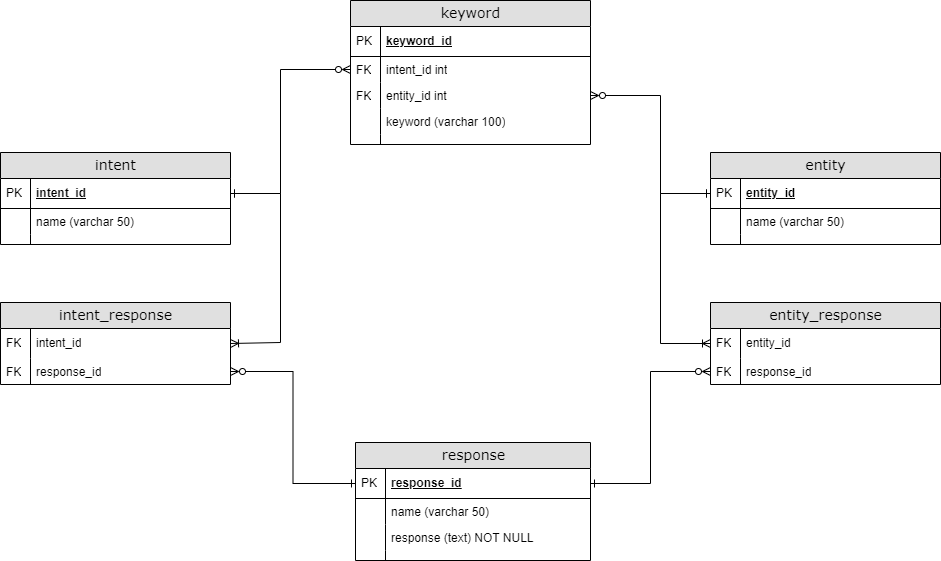
Above: java/database/databaseERD.png in kmeadows3/Chatbot-Capstone (draw.io), before the change. Source tidied: cells renumbered, new cells last; positions are measured from the earlier drawing's top-left corner, leaving out a move shared by most shapes. The source it was exported from:
```xml
<mxGraphModel>
  <root>
    <mxCell id="0" />
    <mxCell id="1" parent="0" />
    <mxCell id="2" value="response" style="swimlane;html=1;fontStyle=0;horizontal=1;startSize=26;fillColor=#e0e0e0;swimlaneFillColor=#ffffff;align=center;rounded=0;shadow=0;comic=0;labelBackgroundColor=none;strokeWidth=1;fontFamily=Verdana;fontSize=14;swimlaneLine=1;" parent="1" vertex="1">
      <mxGeometry x="355" y="442" width="235" height="118" as="geometry" />
    </mxCell>
    <mxCell id="3" value="response_id" style="shape=partialRectangle;top=0;left=0;right=0;bottom=1;html=1;align=left;verticalAlign=middle;fillColor=none;spacingLeft=34;spacingRight=4;whiteSpace=wrap;overflow=hidden;points=[[0,0.5],[1,0.5]];portConstraint=eastwest;fontStyle=5;" parent="2" vertex="1">
      <mxGeometry y="26" width="235" height="30" as="geometry" />
    </mxCell>
    <mxCell id="4" value="PK" style="shape=partialRectangle;top=0;left=0;bottom=0;html=1;fillColor=none;align=left;verticalAlign=middle;spacingLeft=4;spacingRight=4;whiteSpace=wrap;overflow=hidden;" parent="3" vertex="1">
      <mxGeometry width="30" height="30" as="geometry" />
    </mxCell>
    <mxCell id="5" value="name (varchar 50)" style="shape=partialRectangle;top=0;left=0;right=0;bottom=0;html=1;align=left;verticalAlign=top;fillColor=none;spacingLeft=34;spacingRight=4;whiteSpace=wrap;overflow=hidden;" parent="2" vertex="1">
      <mxGeometry y="56" width="235" height="26" as="geometry" />
    </mxCell>
    <mxCell id="6" style="shape=partialRectangle;top=0;left=0;bottom=0;html=1;fillColor=none;align=left;verticalAlign=top;spacingLeft=4;spacingRight=4;whiteSpace=wrap;overflow=hidden;" parent="5" vertex="1">
      <mxGeometry width="30" height="26" as="geometry" />
    </mxCell>
    <mxCell id="7" value="response (text) NOT NULL" style="shape=partialRectangle;top=0;left=0;right=0;bottom=0;html=1;align=left;verticalAlign=top;fillColor=none;spacingLeft=34;spacingRight=4;whiteSpace=wrap;overflow=hidden;" parent="2" vertex="1">
      <mxGeometry y="82" width="235" height="26" as="geometry" />
    </mxCell>
    <mxCell id="8" style="shape=partialRectangle;top=0;left=0;bottom=0;html=1;fillColor=none;align=left;verticalAlign=top;spacingLeft=4;spacingRight=4;whiteSpace=wrap;overflow=hidden;" parent="7" vertex="1">
      <mxGeometry width="30" height="26" as="geometry" />
    </mxCell>
    <mxCell id="9" style="shape=partialRectangle;top=0;left=0;right=0;bottom=0;html=1;align=left;verticalAlign=top;fillColor=none;spacingLeft=34;spacingRight=4;whiteSpace=wrap;overflow=hidden;" parent="2" vertex="1">
      <mxGeometry y="108" width="235" height="10" as="geometry" />
    </mxCell>
    <mxCell id="10" style="shape=partialRectangle;top=0;left=0;bottom=0;html=1;fillColor=none;align=left;verticalAlign=top;spacingLeft=4;spacingRight=4;whiteSpace=wrap;overflow=hidden;" parent="9" vertex="1">
      <mxGeometry width="30" height="10" as="geometry" />
    </mxCell>
    <mxCell id="11" value="entity" style="swimlane;html=1;fontStyle=0;horizontal=1;startSize=26;fillColor=#e0e0e0;swimlaneFillColor=#ffffff;align=center;rounded=0;shadow=0;comic=0;labelBackgroundColor=none;strokeWidth=1;fontFamily=Verdana;fontSize=14;swimlaneLine=1;" parent="1" vertex="1">
      <mxGeometry x="710" y="152" width="230" height="92" as="geometry" />
    </mxCell>
    <mxCell id="12" value="entity_id" style="shape=partialRectangle;top=0;left=0;right=0;bottom=1;html=1;align=left;verticalAlign=middle;fillColor=none;spacingLeft=34;spacingRight=4;whiteSpace=wrap;overflow=hidden;points=[[0,0.5],[1,0.5]];portConstraint=eastwest;fontStyle=5;" parent="11" vertex="1">
      <mxGeometry y="26" width="230" height="30" as="geometry" />
    </mxCell>
    <mxCell id="13" value="PK" style="shape=partialRectangle;top=0;left=0;bottom=0;html=1;fillColor=none;align=left;verticalAlign=middle;spacingLeft=4;spacingRight=4;whiteSpace=wrap;overflow=hidden;" parent="12" vertex="1">
      <mxGeometry width="30" height="30" as="geometry" />
    </mxCell>
    <mxCell id="14" value="name (varchar 50)" style="shape=partialRectangle;top=0;left=0;right=0;bottom=0;html=1;align=left;verticalAlign=top;fillColor=none;spacingLeft=34;spacingRight=4;whiteSpace=wrap;overflow=hidden;" parent="11" vertex="1">
      <mxGeometry y="56" width="230" height="26" as="geometry" />
    </mxCell>
    <mxCell id="15" style="shape=partialRectangle;top=0;left=0;bottom=0;html=1;fillColor=none;align=left;verticalAlign=top;spacingLeft=4;spacingRight=4;whiteSpace=wrap;overflow=hidden;" parent="14" vertex="1">
      <mxGeometry width="30" height="26" as="geometry" />
    </mxCell>
    <mxCell id="16" style="shape=partialRectangle;top=0;left=0;right=0;bottom=0;html=1;align=left;verticalAlign=top;fillColor=none;spacingLeft=34;spacingRight=4;whiteSpace=wrap;overflow=hidden;" parent="11" vertex="1">
      <mxGeometry y="82" width="230" height="10" as="geometry" />
    </mxCell>
    <mxCell id="17" style="shape=partialRectangle;top=0;left=0;bottom=0;html=1;fillColor=none;align=left;verticalAlign=top;spacingLeft=4;spacingRight=4;whiteSpace=wrap;overflow=hidden;" parent="16" vertex="1">
      <mxGeometry width="30" height="10" as="geometry" />
    </mxCell>
    <mxCell id="18" value="intent" style="swimlane;html=1;fontStyle=0;horizontal=1;startSize=26;fillColor=#e0e0e0;swimlaneFillColor=#ffffff;align=center;rounded=0;shadow=0;comic=0;labelBackgroundColor=none;strokeWidth=1;fontFamily=Verdana;fontSize=14;swimlaneLine=1;" parent="1" vertex="1">
      <mxGeometry y="152" width="230" height="92" as="geometry" />
    </mxCell>
    <mxCell id="19" value="intent_id" style="shape=partialRectangle;top=0;left=0;right=0;bottom=1;html=1;align=left;verticalAlign=middle;fillColor=none;spacingLeft=34;spacingRight=4;whiteSpace=wrap;overflow=hidden;points=[[0,0.5],[1,0.5]];portConstraint=eastwest;fontStyle=5;" parent="18" vertex="1">
      <mxGeometry y="26" width="230" height="30" as="geometry" />
    </mxCell>
    <mxCell id="20" value="PK" style="shape=partialRectangle;top=0;left=0;bottom=0;html=1;fillColor=none;align=left;verticalAlign=middle;spacingLeft=4;spacingRight=4;whiteSpace=wrap;overflow=hidden;" parent="19" vertex="1">
      <mxGeometry width="30" height="30" as="geometry" />
    </mxCell>
    <mxCell id="21" value="name (varchar 50)" style="shape=partialRectangle;top=0;left=0;right=0;bottom=0;html=1;align=left;verticalAlign=top;fillColor=none;spacingLeft=34;spacingRight=4;whiteSpace=wrap;overflow=hidden;" parent="18" vertex="1">
      <mxGeometry y="56" width="230" height="26" as="geometry" />
    </mxCell>
    <mxCell id="22" style="shape=partialRectangle;top=0;left=0;bottom=0;html=1;fillColor=none;align=left;verticalAlign=top;spacingLeft=4;spacingRight=4;whiteSpace=wrap;overflow=hidden;" parent="21" vertex="1">
      <mxGeometry width="30" height="26" as="geometry" />
    </mxCell>
    <mxCell id="23" style="shape=partialRectangle;top=0;left=0;right=0;bottom=0;html=1;align=left;verticalAlign=top;fillColor=none;spacingLeft=34;spacingRight=4;whiteSpace=wrap;overflow=hidden;" parent="18" vertex="1">
      <mxGeometry y="82" width="230" height="10" as="geometry" />
    </mxCell>
    <mxCell id="24" style="shape=partialRectangle;top=0;left=0;bottom=0;html=1;fillColor=none;align=left;verticalAlign=top;spacingLeft=4;spacingRight=4;whiteSpace=wrap;overflow=hidden;" parent="23" vertex="1">
      <mxGeometry width="30" height="10" as="geometry" />
    </mxCell>
    <mxCell id="25" value="keyword" style="swimlane;html=1;fontStyle=0;horizontal=1;startSize=26;fillColor=#e0e0e0;swimlaneFillColor=#ffffff;align=center;rounded=0;shadow=0;comic=0;labelBackgroundColor=none;strokeWidth=1;fontFamily=Verdana;fontSize=14;swimlaneLine=1;" parent="1" vertex="1">
      <mxGeometry x="350" width="240" height="144" as="geometry" />
    </mxCell>
    <mxCell id="26" value="keyword_id" style="shape=partialRectangle;top=0;left=0;right=0;bottom=1;html=1;align=left;verticalAlign=middle;fillColor=none;spacingLeft=34;spacingRight=4;whiteSpace=wrap;overflow=hidden;fontStyle=5;" parent="25" vertex="1">
      <mxGeometry y="26" width="240" height="30" as="geometry" />
    </mxCell>
    <mxCell id="27" value="PK" style="shape=partialRectangle;top=0;left=0;bottom=0;html=1;fillColor=none;align=left;verticalAlign=middle;spacingLeft=4;spacingRight=4;whiteSpace=wrap;overflow=hidden;" parent="26" vertex="1">
      <mxGeometry width="30" height="30" as="geometry" />
    </mxCell>
    <mxCell id="28" value="intent_id int" style="shape=partialRectangle;top=0;left=0;right=0;bottom=0;html=1;align=left;verticalAlign=top;fillColor=none;spacingLeft=34;spacingRight=4;whiteSpace=wrap;overflow=hidden;points=[[0,0.5],[1,0.5]];portConstraint=eastwest;" parent="25" vertex="1">
      <mxGeometry y="56" width="240" height="26" as="geometry" />
    </mxCell>
    <mxCell id="29" value="FK" style="shape=partialRectangle;top=0;left=0;bottom=0;html=1;fillColor=none;align=left;verticalAlign=top;spacingLeft=4;spacingRight=4;whiteSpace=wrap;overflow=hidden;" parent="28" vertex="1">
      <mxGeometry width="30" height="26" as="geometry" />
    </mxCell>
    <mxCell id="30" value="entity_id int" style="shape=partialRectangle;top=0;left=0;right=0;bottom=0;html=1;align=left;verticalAlign=top;fillColor=none;spacingLeft=34;spacingRight=4;whiteSpace=wrap;overflow=hidden;points=[[0,0.5],[1,0.5]];portConstraint=eastwest;" parent="25" vertex="1">
      <mxGeometry y="82" width="240" height="26" as="geometry" />
    </mxCell>
    <mxCell id="31" value="FK" style="shape=partialRectangle;top=0;left=0;bottom=0;html=1;fillColor=none;align=left;verticalAlign=top;spacingLeft=4;spacingRight=4;whiteSpace=wrap;overflow=hidden;" parent="30" vertex="1">
      <mxGeometry width="30" height="26" as="geometry" />
    </mxCell>
    <mxCell id="32" value="keyword (varchar 100)" style="shape=partialRectangle;top=0;left=0;right=0;bottom=0;html=1;align=left;verticalAlign=top;fillColor=none;spacingLeft=34;spacingRight=4;whiteSpace=wrap;overflow=hidden;" parent="25" vertex="1">
      <mxGeometry y="108" width="240" height="26" as="geometry" />
    </mxCell>
    <mxCell id="33" style="shape=partialRectangle;top=0;left=0;bottom=0;html=1;fillColor=none;align=left;verticalAlign=top;spacingLeft=4;spacingRight=4;whiteSpace=wrap;overflow=hidden;" parent="32" vertex="1">
      <mxGeometry width="30" height="26" as="geometry" />
    </mxCell>
    <mxCell id="34" style="shape=partialRectangle;top=0;left=0;right=0;bottom=0;html=1;align=left;verticalAlign=top;fillColor=none;spacingLeft=34;spacingRight=4;whiteSpace=wrap;overflow=hidden;" parent="25" vertex="1">
      <mxGeometry y="134" width="240" height="10" as="geometry" />
    </mxCell>
    <mxCell id="35" style="shape=partialRectangle;top=0;left=0;bottom=0;html=1;fillColor=none;align=left;verticalAlign=top;spacingLeft=4;spacingRight=4;whiteSpace=wrap;overflow=hidden;" parent="34" vertex="1">
      <mxGeometry width="30" height="10" as="geometry" />
    </mxCell>
    <mxCell id="36" value="intent_response" style="swimlane;html=1;fontStyle=0;horizontal=1;startSize=26;fillColor=#e0e0e0;swimlaneFillColor=#ffffff;align=center;rounded=0;shadow=0;comic=0;labelBackgroundColor=none;strokeWidth=1;fontFamily=Verdana;fontSize=14;swimlaneLine=1;" parent="1" vertex="1">
      <mxGeometry y="302" width="230" height="82" as="geometry" />
    </mxCell>
    <mxCell id="37" value="intent_id" style="shape=partialRectangle;top=0;left=0;right=0;bottom=1;html=1;align=left;verticalAlign=middle;fillColor=none;spacingLeft=34;spacingRight=4;whiteSpace=wrap;overflow=hidden;points=[[0,0.5],[1,0.5]];portConstraint=eastwest;fontStyle=0;strokeColor=none;" parent="36" vertex="1">
      <mxGeometry y="26" width="230" height="30" as="geometry" />
    </mxCell>
    <mxCell id="38" value="FK" style="shape=partialRectangle;top=0;left=0;bottom=0;html=1;fillColor=none;align=left;verticalAlign=middle;spacingLeft=4;spacingRight=4;whiteSpace=wrap;overflow=hidden;" parent="37" vertex="1">
      <mxGeometry width="30" height="30" as="geometry" />
    </mxCell>
    <mxCell id="39" value="response_id" style="shape=partialRectangle;top=0;left=0;right=0;bottom=0;html=1;align=left;verticalAlign=top;fillColor=none;spacingLeft=34;spacingRight=4;whiteSpace=wrap;overflow=hidden;points=[[0,0.5],[1,0.5]];portConstraint=eastwest;" parent="36" vertex="1">
      <mxGeometry y="56" width="230" height="26" as="geometry" />
    </mxCell>
    <mxCell id="40" value="FK" style="shape=partialRectangle;top=0;left=0;bottom=0;html=1;fillColor=none;align=left;verticalAlign=top;spacingLeft=4;spacingRight=4;whiteSpace=wrap;overflow=hidden;" parent="39" vertex="1">
      <mxGeometry width="30" height="26" as="geometry" />
    </mxCell>
    <mxCell id="41" value="entity_response" style="swimlane;html=1;fontStyle=0;horizontal=1;startSize=26;fillColor=#e0e0e0;swimlaneFillColor=#ffffff;align=center;rounded=0;shadow=0;comic=0;labelBackgroundColor=none;strokeWidth=1;fontFamily=Verdana;fontSize=14;swimlaneLine=1;" parent="1" vertex="1">
      <mxGeometry x="710" y="302" width="230" height="82" as="geometry" />
    </mxCell>
    <mxCell id="42" value="entity_id" style="shape=partialRectangle;top=0;left=0;right=0;bottom=1;html=1;align=left;verticalAlign=middle;fillColor=none;spacingLeft=34;spacingRight=4;whiteSpace=wrap;overflow=hidden;points=[[0,0.5],[1,0.5]];portConstraint=eastwest;fontStyle=0;strokeColor=none;" parent="41" vertex="1">
      <mxGeometry y="26" width="230" height="30" as="geometry" />
    </mxCell>
    <mxCell id="43" value="FK" style="shape=partialRectangle;top=0;left=0;bottom=0;html=1;fillColor=none;align=left;verticalAlign=middle;spacingLeft=4;spacingRight=4;whiteSpace=wrap;overflow=hidden;" parent="42" vertex="1">
      <mxGeometry width="30" height="30" as="geometry" />
    </mxCell>
    <mxCell id="44" value="response_id" style="shape=partialRectangle;top=0;left=0;right=0;bottom=0;html=1;align=left;verticalAlign=top;fillColor=none;spacingLeft=34;spacingRight=4;whiteSpace=wrap;overflow=hidden;points=[[0,0.5],[1,0.5]];portConstraint=eastwest;" parent="41" vertex="1">
      <mxGeometry y="56" width="230" height="26" as="geometry" />
    </mxCell>
    <mxCell id="45" value="FK" style="shape=partialRectangle;top=0;left=0;bottom=0;html=1;fillColor=none;align=left;verticalAlign=top;spacingLeft=4;spacingRight=4;whiteSpace=wrap;overflow=hidden;" parent="44" vertex="1">
      <mxGeometry width="30" height="26" as="geometry" />
    </mxCell>
    <mxCell id="46" style="edgeStyle=orthogonalEdgeStyle;rounded=0;jettySize=auto;html=1;entryX=0;entryY=0.5;entryDx=0;entryDy=0;endArrow=ERzeroToMany;endFill=0;startArrow=ERone;startFill=0;" parent="1" edge="1" source="3" target="44">
      <mxGeometry relative="1" as="geometry" />
    </mxCell>
    <mxCell id="47" style="edgeStyle=orthogonalEdgeStyle;rounded=0;jettySize=auto;html=1;endArrow=ERzeroToMany;endFill=0;startArrow=ERone;startFill=0;exitX=0;exitY=0.5;exitDx=0;exitDy=0;entryX=1;entryY=0.5;entryDx=0;entryDy=0;" parent="1" edge="1" source="3" target="39">
      <mxGeometry relative="1" as="geometry" />
    </mxCell>
    <mxCell id="48" style="edgeStyle=orthogonalEdgeStyle;rounded=0;jettySize=auto;html=1;endArrow=ERzeroToMany;endFill=0;startArrow=ERone;startFill=0;exitX=1;exitY=0.5;exitDx=0;exitDy=0;entryX=0;entryY=0.5;entryDx=0;entryDy=0;" parent="1" edge="1" source="19" target="28">
      <mxGeometry relative="1" as="geometry">
        <Array as="points">
          <mxPoint x="280" y="193" />
          <mxPoint x="280" y="69" />
        </Array>
      </mxGeometry>
    </mxCell>
    <mxCell id="49" style="edgeStyle=orthogonalEdgeStyle;rounded=0;jettySize=auto;html=1;endArrow=ERzeroToMany;endFill=0;startArrow=ERone;startFill=0;exitX=0;exitY=0.5;exitDx=0;exitDy=0;entryX=1;entryY=0.5;entryDx=0;entryDy=0;" parent="1" edge="1" source="12" target="30">
      <mxGeometry relative="1" as="geometry">
        <Array as="points">
          <mxPoint x="660" y="193" />
          <mxPoint x="660" y="95" />
        </Array>
      </mxGeometry>
    </mxCell>
    <mxCell id="50" style="edgeStyle=orthogonalEdgeStyle;rounded=0;jettySize=auto;html=1;exitX=0;exitY=0.5;exitDx=0;exitDy=0;entryX=0;entryY=0.5;entryDx=0;entryDy=0;endArrow=ERoneToMany;endFill=0;startArrow=ERone;startFill=0;" parent="1" edge="1" source="12" target="42">
      <mxGeometry relative="1" as="geometry">
        <Array as="points">
          <mxPoint x="660" y="193" />
          <mxPoint x="660" y="343" />
        </Array>
      </mxGeometry>
    </mxCell>
    <mxCell id="51" style="edgeStyle=orthogonalEdgeStyle;rounded=0;jettySize=auto;html=1;exitX=1;exitY=0.5;exitDx=0;exitDy=0;entryX=1;entryY=0.5;entryDx=0;entryDy=0;endArrow=ERoneToMany;endFill=0;startArrow=ERone;startFill=0;" parent="1" edge="1" source="19" target="37">
      <mxGeometry relative="1" as="geometry">
        <Array as="points">
          <mxPoint x="280" y="193" />
          <mxPoint x="280" y="342" />
        </Array>
      </mxGeometry>
    </mxCell>
  </root>
</mxGraphModel>
```
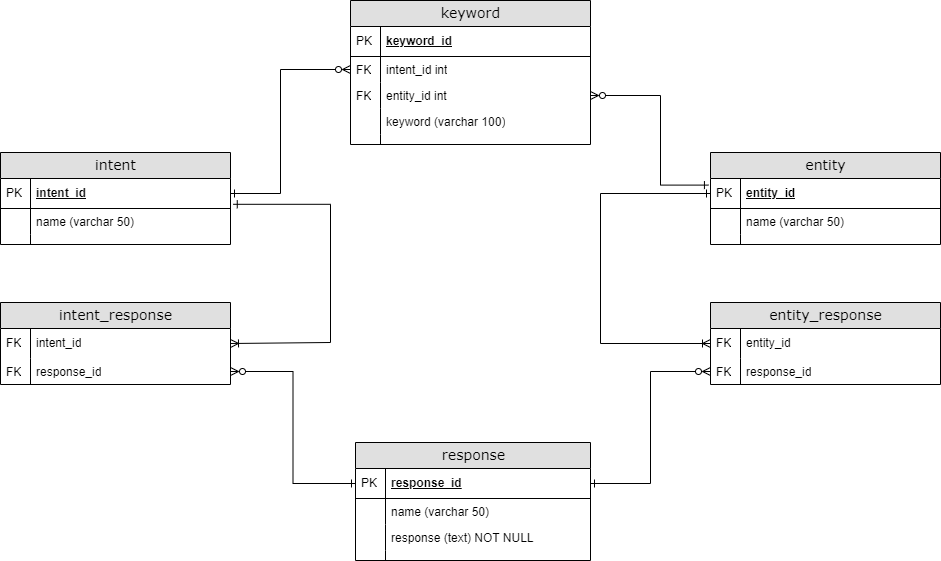
Above is the later version.

Commit message:
Fixed database ERD

Change to the diagram source:
```diff
@@ -148,10 +148,10 @@
         </Array>
       </mxGeometry>
     </mxCell>
-    <mxCell id="49" style="edgeStyle=orthogonalEdgeStyle;rounded=0;jettySize=auto;html=1;endArrow=ERzeroToMany;endFill=0;startArrow=ERone;startFill=0;exitX=0;exitY=0.5;exitDx=0;exitDy=0;entryX=1;entryY=0.5;entryDx=0;entryDy=0;" parent="1" edge="1" source="12" target="30">
+    <mxCell id="49" style="edgeStyle=orthogonalEdgeStyle;rounded=0;jettySize=auto;html=1;endArrow=ERzeroToMany;endFill=0;startArrow=ERone;startFill=0;exitX=-0.009;exitY=0.22;exitDx=0;exitDy=0;entryX=1;entryY=0.5;entryDx=0;entryDy=0;exitPerimeter=0;" parent="1" edge="1" source="12" target="30">
       <mxGeometry relative="1" as="geometry">
         <Array as="points">
-          <mxPoint x="660" y="193" />
+          <mxPoint x="660" y="185" />
           <mxPoint x="660" y="95" />
         </Array>
       </mxGeometry>
@@ -159,16 +159,16 @@
     <mxCell id="50" style="edgeStyle=orthogonalEdgeStyle;rounded=0;jettySize=auto;html=1;exitX=0;exitY=0.5;exitDx=0;exitDy=0;entryX=0;entryY=0.5;entryDx=0;entryDy=0;endArrow=ERoneToMany;endFill=0;startArrow=ERone;startFill=0;" parent="1" edge="1" source="12" target="42">
       <mxGeometry relative="1" as="geometry">
         <Array as="points">
-          <mxPoint x="660" y="193" />
-          <mxPoint x="660" y="343" />
+          <mxPoint x="600" y="193" />
+          <mxPoint x="600" y="343" />
         </Array>
       </mxGeometry>
     </mxCell>
-    <mxCell id="51" style="edgeStyle=orthogonalEdgeStyle;rounded=0;jettySize=auto;html=1;exitX=1;exitY=0.5;exitDx=0;exitDy=0;entryX=1;entryY=0.5;entryDx=0;entryDy=0;endArrow=ERoneToMany;endFill=0;startArrow=ERone;startFill=0;" parent="1" edge="1" source="19" target="37">
+    <mxCell id="51" style="edgeStyle=orthogonalEdgeStyle;rounded=0;jettySize=auto;html=1;exitX=1.012;exitY=0.86;exitDx=0;exitDy=0;entryX=1;entryY=0.5;entryDx=0;entryDy=0;endArrow=ERoneToMany;endFill=0;startArrow=ERone;startFill=0;exitPerimeter=0;" parent="1" edge="1" source="19" target="37">
       <mxGeometry relative="1" as="geometry">
         <Array as="points">
-          <mxPoint x="280" y="193" />
-          <mxPoint x="280" y="342" />
+          <mxPoint x="330" y="204" />
+          <mxPoint x="330" y="342" />
         </Array>
       </mxGeometry>
     </mxCell>
```
